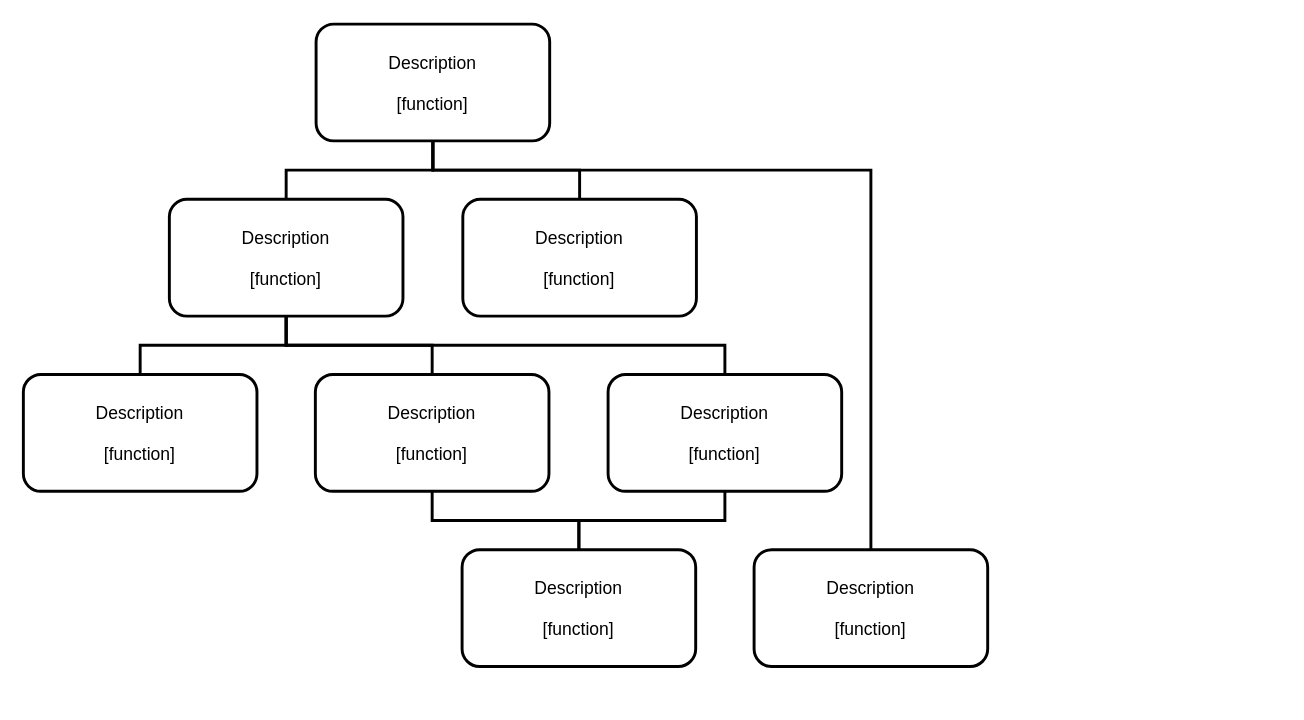
This is source/examples/design/software-modules/modules-application.drawio from YaskawaEurope/mlx-examples, a draw.io file, before an edit. Source tidied: cells renumbered, new cells numbered last; positions are measured from the earlier drawing's top-left corner, leaving out a move shared by most shapes. Both pictures are drawn from the tidied source at 146%, with x=0, y=0 at pixel (23, 23).
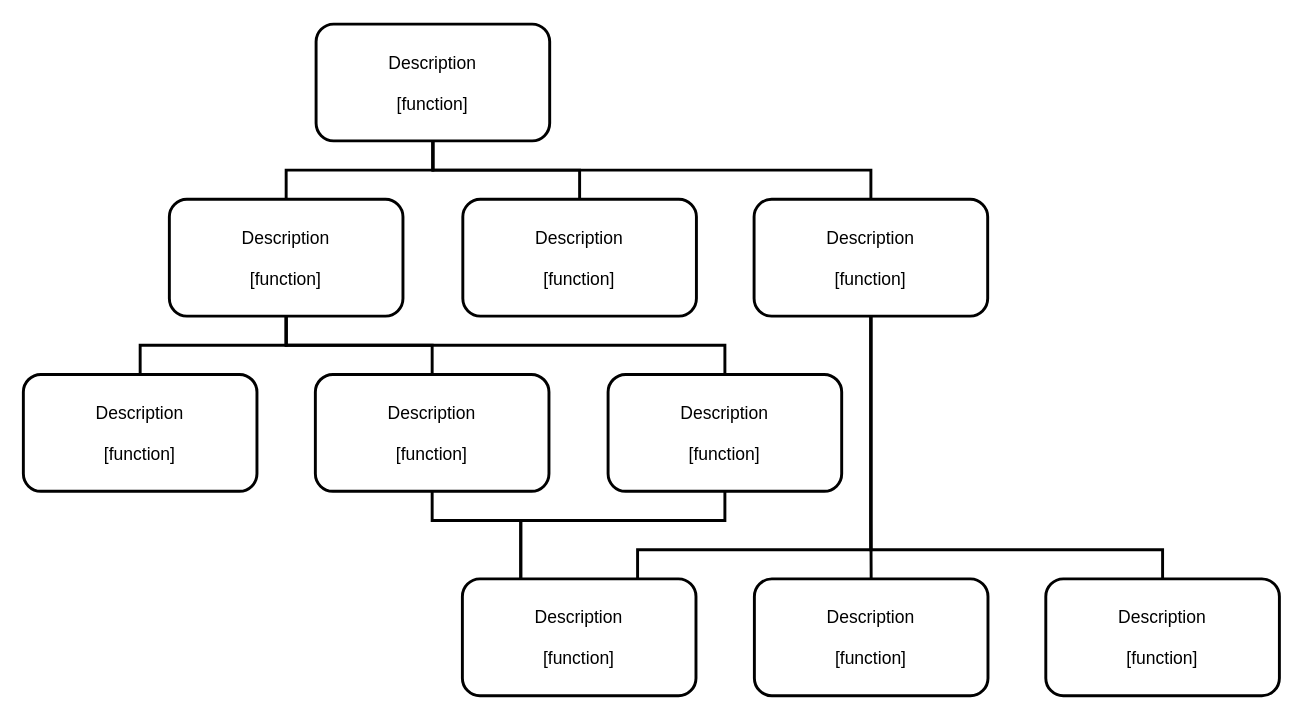
The same page after the edit.

Unchanged cells that the change refers to:
```xml
<mxCell id="3" value="Description&#10;&#10;[function]" style="rounded=1;fillColor=none;strokeWidth=2;" parent="1" vertex="1">
  <mxGeometry x="200" width="160" height="80" as="geometry" />
</mxCell>
<mxCell id="10" value="Description&#10;&#10;[function]" style="rounded=1;fillColor=none;glass=0;sketch=0;strokeWidth=2;" parent="1" vertex="1">
  <mxGeometry x="199.5" y="240" width="160" height="80" as="geometry" />
</mxCell>
<mxCell id="12" value="Description&#10;&#10;[function]" style="rounded=1;fillColor=none;glass=0;sketch=0;strokeWidth=2;" parent="1" vertex="1">
  <mxGeometry x="400" y="240" width="160" height="80" as="geometry" />
</mxCell>
```

The edit, as a diff of the source:
```diff
@@
-    <mxCell id="13" style="edgeStyle=elbowEdgeStyle;shape=connector;rounded=0;elbow=vertical;html=1;exitX=0.5;exitY=0;exitDx=0;exitDy=0;entryX=0.5;entryY=1;entryDx=0;entryDy=0;labelBackgroundColor=default;fontFamily=Lucida Console;fontSize=18;fontColor=default;endArrow=none;endFill=0;strokeColor=default;strokeWidth=2;" parent="1" edge="1" source="14" target="3">
+    <mxCell id="13" style="edgeStyle=elbowEdgeStyle;shape=connector;rounded=0;elbow=vertical;html=1;exitX=0.5;exitY=0;exitDx=0;exitDy=0;entryX=0.5;entryY=1;entryDx=0;entryDy=0;labelBackgroundColor=default;fontFamily=Lucida Console;fontSize=18;fontColor=default;endArrow=none;endFill=0;strokeColor=default;strokeWidth=2;" parent="1" edge="1" source="22" target="3">
       <mxGeometry relative="1" as="geometry">
         <Array as="points">
           <mxPoint x="515" y="100" />
         </Array>
       </mxGeometry>
     </mxCell>
     <mxCell id="14" value="Description&#10;&#10;[function]" style="rounded=1;fillColor=none;glass=0;sketch=0;strokeWidth=2;" parent="1" vertex="1">
-      <mxGeometry x="500" y="360" width="160" height="80" as="geometry" />
+      <mxGeometry x="500.2" y="380" width="160" height="80" as="geometry" />
     </mxCell>
-    <mxCell id="15" style="edgeStyle=elbowEdgeStyle;shape=connector;rounded=0;elbow=vertical;html=1;exitX=0.5;exitY=0;exitDx=0;exitDy=0;entryX=0.5;entryY=1;entryDx=0;entryDy=0;labelBackgroundColor=default;fontFamily=Lucida Console;fontSize=18;fontColor=default;endArrow=none;endFill=0;strokeColor=default;strokeWidth=2;" parent="1" edge="1" source="17" target="10">
+    <mxCell id="15" style="edgeStyle=elbowEdgeStyle;shape=connector;rounded=0;elbow=vertical;html=1;exitX=0.25;exitY=0;exitDx=0;exitDy=0;entryX=0.5;entryY=1;entryDx=0;entryDy=0;labelBackgroundColor=default;fontFamily=Lucida Console;fontSize=18;fontColor=default;endArrow=none;endFill=0;strokeColor=default;strokeWidth=2;" parent="1" edge="1" source="17" target="10">
       <mxGeometry relative="1" as="geometry">
         <Array as="points">
           <mxPoint x="340" y="340" />
           <mxPoint x="365" y="350" />
         </Array>
       </mxGeometry>
     </mxCell>
-    <mxCell id="16" style="edgeStyle=elbowEdgeStyle;shape=connector;rounded=0;elbow=vertical;html=1;exitX=0.5;exitY=0;exitDx=0;exitDy=0;entryX=0.5;entryY=1;entryDx=0;entryDy=0;labelBackgroundColor=default;fontFamily=Lucida Console;fontSize=18;fontColor=default;endArrow=none;endFill=0;strokeColor=default;strokeWidth=2;" parent="1" edge="1" source="17" target="12">
+    <mxCell id="16" style="edgeStyle=elbowEdgeStyle;shape=connector;rounded=0;elbow=vertical;html=1;exitX=0.25;exitY=0;exitDx=0;exitDy=0;entryX=0.5;entryY=1;entryDx=0;entryDy=0;labelBackgroundColor=default;fontFamily=Lucida Console;fontSize=18;fontColor=default;endArrow=none;endFill=0;strokeColor=default;strokeWidth=2;" parent="1" edge="1" source="17" target="12">
       <mxGeometry relative="1" as="geometry">
         <Array as="points">
           <mxPoint x="440" y="340" />
           <mxPoint x="465" y="350" />
         </Array>
       </mxGeometry>
     </mxCell>
     <mxCell id="17" value="Description&#10;&#10;[function]" style="rounded=1;fillColor=none;glass=0;sketch=0;strokeWidth=2;" parent="1" vertex="1">
-      <mxGeometry x="300" y="360" width="160" height="80" as="geometry" />
+      <mxGeometry x="300.2" y="380" width="160" height="80" as="geometry" />
     </mxCell>
+    <mxCell id="18" value="Description&#10;&#10;[function]" style="rounded=1;fillColor=none;glass=0;sketch=0;strokeWidth=2;" parent="1" vertex="1">
+      <mxGeometry x="699.8" y="380" width="160" height="80" as="geometry" />
+    </mxCell>
+    <mxCell id="19" style="edgeStyle=elbowEdgeStyle;shape=connector;rounded=0;elbow=vertical;html=1;entryX=0.5;entryY=0;entryDx=0;entryDy=0;labelBackgroundColor=default;fontFamily=Lucida Console;fontSize=18;fontColor=default;endArrow=none;endFill=0;strokeColor=default;strokeWidth=2;exitX=0.5;exitY=1;exitDx=0;exitDy=0;" parent="1" edge="1" source="22" target="14">
+      <mxGeometry relative="1" as="geometry">
+        <Array as="points">
+          <mxPoint x="600" y="340" />
+        </Array>
+      </mxGeometry>
+    </mxCell>
+    <mxCell id="20" style="edgeStyle=elbowEdgeStyle;shape=connector;rounded=0;elbow=vertical;html=1;exitX=0.5;exitY=1;exitDx=0;exitDy=0;entryX=0.5;entryY=0;entryDx=0;entryDy=0;labelBackgroundColor=default;fontFamily=Lucida Console;fontSize=18;fontColor=default;endArrow=none;endFill=0;strokeColor=default;strokeWidth=2;" parent="1" edge="1" source="22" target="18">
+      <mxGeometry relative="1" as="geometry">
+        <Array as="points">
+          <mxPoint x="679.5" y="360" />
+        </Array>
+      </mxGeometry>
+    </mxCell>
+    <mxCell id="21" style="edgeStyle=elbowEdgeStyle;shape=connector;rounded=0;elbow=vertical;html=1;exitX=0.5;exitY=1;exitDx=0;exitDy=0;entryX=0.75;entryY=0;entryDx=0;entryDy=0;labelBackgroundColor=default;fontFamily=Lucida Console;fontSize=18;fontColor=default;endArrow=none;endFill=0;strokeColor=default;strokeWidth=2;" parent="1" edge="1" source="22" target="17">
+      <mxGeometry relative="1" as="geometry">
+        <Array as="points">
+          <mxPoint x="499.5" y="360" />
+        </Array>
+      </mxGeometry>
+    </mxCell>
+    <mxCell id="22" value="Description&#10;&#10;[function]" style="rounded=1;fillColor=none;glass=0;sketch=0;strokeWidth=2;" parent="1" vertex="1">
+      <mxGeometry x="500" y="120" width="160" height="80" as="geometry" />
+    </mxCell>
```
